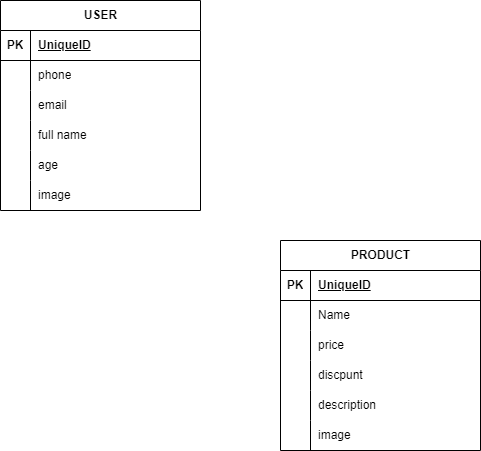
This is multishop.drawio.png from shirazidev/MultiShop, a draw.io export, as it was before one commit. Source tidied: cells renumbered, new cells last; positions are measured from the earlier drawing's top-left corner, leaving out a move shared by most shapes.
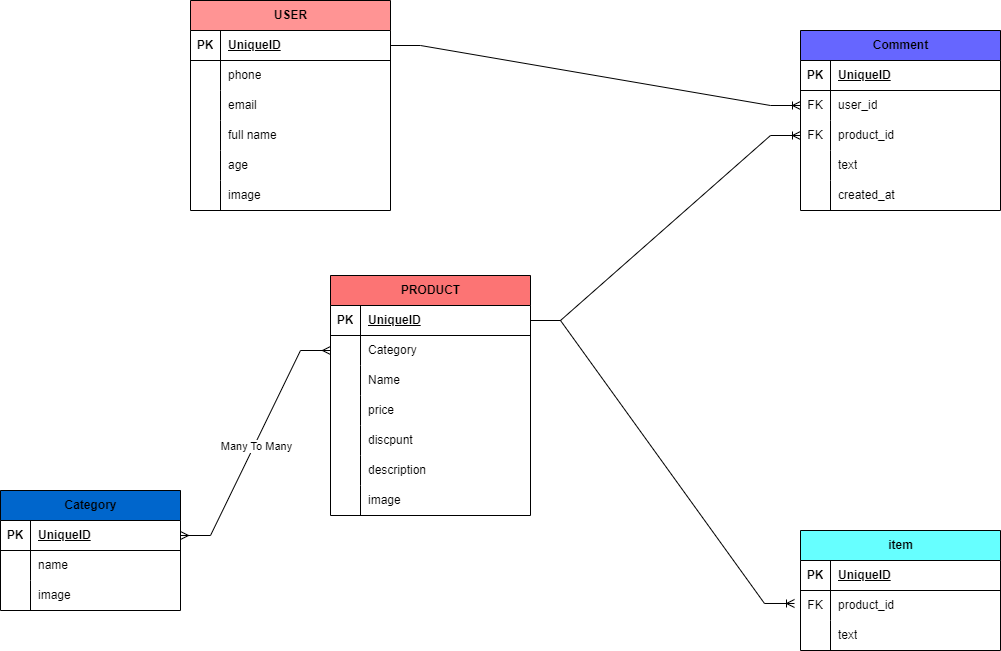
Above is the later version.

What changed in the source:
```diff
@@ -2,8 +2,8 @@
   <root>
     <mxCell id="0" />
     <mxCell id="1" parent="0" />
-    <mxCell id="2" value="USER" style="shape=table;startSize=30;rowLines=0;fontStyle=1;align=center;html=1;" parent="1" vertex="1">
-      <mxGeometry width="200" height="210" as="geometry" />
+    <mxCell id="2" value="USER" style="shape=table;startSize=30;rowLines=0;fontStyle=1;align=center;html=1;fillColor=#FF9494;" parent="1" vertex="1">
+      <mxGeometry x="90" y="-30" width="200" height="210" as="geometry" />
     </mxCell>
     <mxCell id="3" style="shape=tableRow;horizontal=0;startSize=0;swimlaneHead=0;swimlaneBody=0;fillColor=none;points=[[0,0.5],[1,0.5]];portConstraint=eastwest;top=0;left=0;right=0;bottom=1;" parent="2" vertex="1">
       <mxGeometry y="30" width="200" height="30" as="geometry" />
@@ -59,8 +59,125 @@
     <mxCell id="20" value="image" style="shape=partialRectangle;fillColor=none;top=0;left=0;bottom=0;right=0;align=left;spacingLeft=6;overflow=hidden;whiteSpace=wrap;html=1;" parent="18" vertex="1">
       <mxGeometry x="30" width="170" height="30" as="geometry" />
     </mxCell>
+    <mxCell id="40" value="item&lt;span style=&quot;white-space: pre;&quot;&gt;&#9;&lt;/span&gt;" style="shape=table;startSize=30;rowLines=0;fontStyle=1;align=center;html=1;fillColor=#66FFFF;" parent="1" vertex="1">
+      <mxGeometry x="700" y="500" width="200" height="120" as="geometry" />
+    </mxCell>
+    <mxCell id="41" style="shape=tableRow;horizontal=0;startSize=0;swimlaneHead=0;swimlaneBody=0;fillColor=none;top=0;left=0;right=0;bottom=1;" parent="40" vertex="1">
+      <mxGeometry y="30" width="200" height="30" as="geometry" />
+    </mxCell>
+    <mxCell id="42" value="PK" style="shape=partialRectangle;fillColor=none;top=0;left=0;bottom=0;right=0;fontStyle=1;overflow=hidden;whiteSpace=wrap;html=1;" parent="41" vertex="1">
+      <mxGeometry width="30" height="30" as="geometry" />
+    </mxCell>
+    <mxCell id="43" value="UniqueID" style="shape=partialRectangle;fillColor=none;top=0;left=0;bottom=0;right=0;align=left;spacingLeft=6;fontStyle=5;overflow=hidden;whiteSpace=wrap;html=1;" parent="41" vertex="1">
+      <mxGeometry x="30" width="170" height="30" as="geometry" />
+    </mxCell>
+    <mxCell id="44" style="shape=tableRow;horizontal=0;startSize=0;swimlaneHead=0;swimlaneBody=0;fillColor=none;points=[[0,0.5],[1,0.5]];portConstraint=eastwest;top=0;left=0;right=0;bottom=0;" parent="40" vertex="1">
+      <mxGeometry y="60" width="200" height="30" as="geometry" />
+    </mxCell>
+    <mxCell id="45" value="FK" style="shape=partialRectangle;fillColor=none;top=0;left=0;bottom=0;right=0;overflow=hidden;whiteSpace=wrap;html=1;" parent="44" vertex="1">
+      <mxGeometry width="30" height="30" as="geometry" />
+    </mxCell>
+    <mxCell id="46" value="product_id" style="shape=partialRectangle;fillColor=none;top=0;left=0;bottom=0;right=0;align=left;spacingLeft=6;overflow=hidden;whiteSpace=wrap;html=1;" parent="44" vertex="1">
+      <mxGeometry x="30" width="170" height="30" as="geometry" />
+    </mxCell>
+    <mxCell id="47" style="shape=tableRow;horizontal=0;startSize=0;swimlaneHead=0;swimlaneBody=0;fillColor=none;top=0;left=0;right=0;bottom=0;" parent="40" vertex="1">
+      <mxGeometry y="90" width="200" height="30" as="geometry" />
+    </mxCell>
+    <mxCell id="48" style="shape=partialRectangle;fillColor=none;top=0;left=0;bottom=0;right=0;overflow=hidden;whiteSpace=wrap;html=1;" parent="47" vertex="1">
+      <mxGeometry width="30" height="30" as="geometry" />
+    </mxCell>
+    <mxCell id="49" value="text" style="shape=partialRectangle;fillColor=none;top=0;left=0;bottom=0;right=0;align=left;spacingLeft=6;overflow=hidden;whiteSpace=wrap;html=1;" parent="47" vertex="1">
+      <mxGeometry x="30" width="170" height="30" as="geometry" />
+    </mxCell>
+    <mxCell id="50" style="edgeStyle=entityRelationEdgeStyle;fontSize=12;html=1;endArrow=ERoneToMany;rounded=0;entryX=-0.03;entryY=0.433;entryDx=0;entryDy=0;entryPerimeter=0;exitX=1;exitY=0.5;exitDx=0;exitDy=0;" parent="1" edge="1" source="22" target="44">
+      <mxGeometry relative="1" as="geometry" />
+    </mxCell>
+    <mxCell id="51" value="Comment" style="shape=table;startSize=30;rowLines=0;fontStyle=1;align=center;html=1;fillColor=#6666FF;" parent="1" vertex="1">
+      <mxGeometry x="700" width="200" height="180" as="geometry" />
+    </mxCell>
+    <mxCell id="52" style="shape=tableRow;horizontal=0;startSize=0;swimlaneHead=0;swimlaneBody=0;fillColor=none;top=0;left=0;right=0;bottom=1;" parent="51" vertex="1">
+      <mxGeometry y="30" width="200" height="30" as="geometry" />
+    </mxCell>
+    <mxCell id="53" value="PK" style="shape=partialRectangle;fillColor=none;top=0;left=0;bottom=0;right=0;fontStyle=1;overflow=hidden;whiteSpace=wrap;html=1;" parent="52" vertex="1">
+      <mxGeometry width="30" height="30" as="geometry" />
+    </mxCell>
+    <mxCell id="54" value="UniqueID" style="shape=partialRectangle;fillColor=none;top=0;left=0;bottom=0;right=0;align=left;spacingLeft=6;fontStyle=5;overflow=hidden;whiteSpace=wrap;html=1;" parent="52" vertex="1">
+      <mxGeometry x="30" width="170" height="30" as="geometry" />
+    </mxCell>
+    <mxCell id="55" style="shape=tableRow;horizontal=0;startSize=0;swimlaneHead=0;swimlaneBody=0;fillColor=none;points=[[0,0.5],[1,0.5]];portConstraint=eastwest;top=0;left=0;right=0;bottom=0;" parent="51" vertex="1">
+      <mxGeometry y="60" width="200" height="30" as="geometry" />
+    </mxCell>
+    <mxCell id="56" value="FK" style="shape=partialRectangle;fillColor=none;top=0;left=0;bottom=0;right=0;overflow=hidden;whiteSpace=wrap;html=1;" parent="55" vertex="1">
+      <mxGeometry width="30" height="30" as="geometry" />
+    </mxCell>
+    <mxCell id="57" value="user_id" style="shape=partialRectangle;fillColor=none;top=0;left=0;bottom=0;right=0;align=left;spacingLeft=6;overflow=hidden;whiteSpace=wrap;html=1;" parent="55" vertex="1">
+      <mxGeometry x="30" width="170" height="30" as="geometry" />
+    </mxCell>
+    <mxCell id="58" style="shape=tableRow;horizontal=0;startSize=0;swimlaneHead=0;swimlaneBody=0;fillColor=none;points=[[0,0.5],[1,0.5]];portConstraint=eastwest;top=0;left=0;right=0;bottom=0;" parent="51" vertex="1">
+      <mxGeometry y="90" width="200" height="30" as="geometry" />
+    </mxCell>
+    <mxCell id="59" value="FK" style="shape=partialRectangle;fillColor=none;top=0;left=0;bottom=0;right=0;overflow=hidden;whiteSpace=wrap;html=1;" parent="58" vertex="1">
+      <mxGeometry width="30" height="30" as="geometry" />
+    </mxCell>
+    <mxCell id="60" value="product_id" style="shape=partialRectangle;fillColor=none;top=0;left=0;bottom=0;right=0;align=left;spacingLeft=6;overflow=hidden;whiteSpace=wrap;html=1;" parent="58" vertex="1">
+      <mxGeometry x="30" width="170" height="30" as="geometry" />
+    </mxCell>
+    <mxCell id="61" style="shape=tableRow;horizontal=0;startSize=0;swimlaneHead=0;swimlaneBody=0;fillColor=none;top=0;left=0;right=0;bottom=0;" parent="51" vertex="1">
+      <mxGeometry y="120" width="200" height="30" as="geometry" />
+    </mxCell>
+    <mxCell id="62" style="shape=partialRectangle;fillColor=none;top=0;left=0;bottom=0;right=0;overflow=hidden;whiteSpace=wrap;html=1;" parent="61" vertex="1">
+      <mxGeometry width="30" height="30" as="geometry" />
+    </mxCell>
+    <mxCell id="63" value="text" style="shape=partialRectangle;fillColor=none;top=0;left=0;bottom=0;right=0;align=left;spacingLeft=6;overflow=hidden;whiteSpace=wrap;html=1;" parent="61" vertex="1">
+      <mxGeometry x="30" width="170" height="30" as="geometry" />
+    </mxCell>
+    <mxCell id="64" style="shape=tableRow;horizontal=0;startSize=0;swimlaneHead=0;swimlaneBody=0;fillColor=none;top=0;left=0;right=0;bottom=0;" parent="51" vertex="1">
+      <mxGeometry y="150" width="200" height="30" as="geometry" />
+    </mxCell>
+    <mxCell id="65" style="shape=partialRectangle;fillColor=none;top=0;left=0;bottom=0;right=0;overflow=hidden;whiteSpace=wrap;html=1;" parent="64" vertex="1">
+      <mxGeometry width="30" height="30" as="geometry" />
+    </mxCell>
+    <mxCell id="66" value="created_at" style="shape=partialRectangle;fillColor=none;top=0;left=0;bottom=0;right=0;align=left;spacingLeft=6;overflow=hidden;whiteSpace=wrap;html=1;" parent="64" vertex="1">
+      <mxGeometry x="30" width="170" height="30" as="geometry" />
+    </mxCell>
+    <mxCell id="67" style="edgeStyle=entityRelationEdgeStyle;fontSize=12;html=1;endArrow=ERoneToMany;rounded=0;exitX=1;exitY=0.5;exitDx=0;exitDy=0;entryX=0;entryY=0.5;entryDx=0;entryDy=0;" parent="1" edge="1" source="3" target="55">
+      <mxGeometry relative="1" as="geometry" />
+    </mxCell>
+    <mxCell id="68" style="edgeStyle=entityRelationEdgeStyle;fontSize=12;html=1;endArrow=ERoneToMany;rounded=0;entryX=0;entryY=0.5;entryDx=0;entryDy=0;exitX=1;exitY=0.5;exitDx=0;exitDy=0;" parent="1" edge="1" source="22" target="58">
+      <mxGeometry relative="1" as="geometry" />
+    </mxCell>
+    <mxCell id="69" value="Category" style="shape=table;startSize=30;rowLines=0;fontStyle=1;align=center;html=1;fillColor=#0066CC;" parent="1" vertex="1">
+      <mxGeometry x="-100" y="460" width="180" height="120" as="geometry" />
+    </mxCell>
+    <mxCell id="70" style="shape=tableRow;horizontal=0;startSize=0;swimlaneHead=0;swimlaneBody=0;fillColor=none;points=[[0,0.5],[1,0.5]];portConstraint=eastwest;top=0;left=0;right=0;bottom=1;" parent="69" vertex="1">
+      <mxGeometry y="30" width="180" height="30" as="geometry" />
+    </mxCell>
+    <mxCell id="71" value="PK" style="shape=partialRectangle;fillColor=none;top=0;left=0;bottom=0;right=0;fontStyle=1;overflow=hidden;whiteSpace=wrap;html=1;" parent="70" vertex="1">
+      <mxGeometry width="30" height="30" as="geometry" />
+    </mxCell>
+    <mxCell id="72" value="UniqueID" style="shape=partialRectangle;fillColor=none;top=0;left=0;bottom=0;right=0;align=left;spacingLeft=6;fontStyle=5;overflow=hidden;whiteSpace=wrap;html=1;" parent="70" vertex="1">
+      <mxGeometry x="30" width="150" height="30" as="geometry" />
+    </mxCell>
+    <mxCell id="73" style="shape=tableRow;horizontal=0;startSize=0;swimlaneHead=0;swimlaneBody=0;fillColor=none;top=0;left=0;right=0;bottom=0;" parent="69" vertex="1">
+      <mxGeometry y="60" width="180" height="30" as="geometry" />
+    </mxCell>
+    <mxCell id="74" style="shape=partialRectangle;fillColor=none;top=0;left=0;bottom=0;right=0;overflow=hidden;whiteSpace=wrap;html=1;" parent="73" vertex="1">
+      <mxGeometry width="30" height="30" as="geometry" />
+    </mxCell>
+    <mxCell id="75" value="name" style="shape=partialRectangle;fillColor=none;top=0;left=0;bottom=0;right=0;align=left;spacingLeft=6;overflow=hidden;whiteSpace=wrap;html=1;" parent="73" vertex="1">
+      <mxGeometry x="30" width="150" height="30" as="geometry" />
+    </mxCell>
+    <mxCell id="76" style="shape=tableRow;horizontal=0;startSize=0;swimlaneHead=0;swimlaneBody=0;fillColor=none;top=0;left=0;right=0;bottom=0;" parent="69" vertex="1">
+      <mxGeometry y="90" width="180" height="30" as="geometry" />
+    </mxCell>
+    <mxCell id="77" style="shape=partialRectangle;fillColor=none;top=0;left=0;bottom=0;right=0;overflow=hidden;whiteSpace=wrap;html=1;" parent="76" vertex="1">
+      <mxGeometry width="30" height="30" as="geometry" />
+    </mxCell>
+    <mxCell id="78" value="image" style="shape=partialRectangle;fillColor=none;top=0;left=0;bottom=0;right=0;align=left;spacingLeft=6;overflow=hidden;whiteSpace=wrap;html=1;" parent="76" vertex="1">
+      <mxGeometry x="30" width="150" height="30" as="geometry" />
+    </mxCell>
-    <mxCell id="21" value="PRODUCT" style="shape=table;startSize=30;rowLines=0;fontStyle=1;align=center;html=1;" parent="1" vertex="1">
-      <mxGeometry x="280" y="240" width="200" height="210" as="geometry" />
+    <mxCell id="21" value="PRODUCT" style="shape=table;startSize=30;rowLines=0;fontStyle=1;align=center;html=1;fillColor=#FC7474;" parent="1" vertex="1">
+      <mxGeometry x="230" y="245" width="200" height="240" as="geometry" />
     </mxCell>
     <mxCell id="22" style="shape=tableRow;horizontal=0;startSize=0;swimlaneHead=0;swimlaneBody=0;fillColor=none;points=[[0,0.5],[1,0.5]];portConstraint=eastwest;top=0;left=0;right=0;bottom=1;" parent="21" vertex="1">
       <mxGeometry y="30" width="200" height="30" as="geometry" />
@@ -71,8 +188,17 @@
     <mxCell id="24" value="UniqueID" style="shape=partialRectangle;fillColor=none;top=0;left=0;bottom=0;right=0;align=left;spacingLeft=6;fontStyle=5;overflow=hidden;whiteSpace=wrap;html=1;" parent="22" vertex="1">
       <mxGeometry x="30" width="170" height="30" as="geometry" />
     </mxCell>
+    <mxCell id="79" style="shape=tableRow;horizontal=0;startSize=0;swimlaneHead=0;swimlaneBody=0;fillColor=none;points=[[0,0.5],[1,0.5]];portConstraint=eastwest;top=0;left=0;right=0;bottom=0;" parent="21" vertex="1">
+      <mxGeometry y="60" width="200" height="30" as="geometry" />
+    </mxCell>
+    <mxCell id="80" style="shape=partialRectangle;fillColor=none;top=0;left=0;bottom=0;right=0;overflow=hidden;whiteSpace=wrap;html=1;" parent="79" vertex="1">
+      <mxGeometry width="30" height="30" as="geometry" />
+    </mxCell>
+    <mxCell id="81" value="Category" style="shape=partialRectangle;fillColor=none;top=0;left=0;bottom=0;right=0;align=left;spacingLeft=6;overflow=hidden;whiteSpace=wrap;html=1;" parent="79" vertex="1">
+      <mxGeometry x="30" width="170" height="30" as="geometry" />
+    </mxCell>
     <mxCell id="25" style="shape=tableRow;horizontal=0;startSize=0;swimlaneHead=0;swimlaneBody=0;fillColor=none;top=0;left=0;right=0;bottom=0;" parent="21" vertex="1">
-      <mxGeometry y="60" width="200" height="30" as="geometry" />
+      <mxGeometry y="90" width="200" height="30" as="geometry" />
     </mxCell>
     <mxCell id="26" style="shape=partialRectangle;fillColor=none;top=0;left=0;bottom=0;right=0;overflow=hidden;whiteSpace=wrap;html=1;" parent="25" vertex="1">
       <mxGeometry width="30" height="30" as="geometry" />
@@ -81,7 +207,7 @@
       <mxGeometry x="30" width="170" height="30" as="geometry" />
     </mxCell>
     <mxCell id="28" style="shape=tableRow;horizontal=0;startSize=0;swimlaneHead=0;swimlaneBody=0;fillColor=none;top=0;left=0;right=0;bottom=0;" parent="21" vertex="1">
-      <mxGeometry y="90" width="200" height="30" as="geometry" />
+      <mxGeometry y="120" width="200" height="30" as="geometry" />
     </mxCell>
     <mxCell id="29" style="shape=partialRectangle;fillColor=none;top=0;left=0;bottom=0;right=0;overflow=hidden;whiteSpace=wrap;html=1;" parent="28" vertex="1">
       <mxGeometry width="30" height="30" as="geometry" />
@@ -90,7 +216,7 @@
       <mxGeometry x="30" width="170" height="30" as="geometry" />
     </mxCell>
     <mxCell id="31" style="shape=tableRow;horizontal=0;startSize=0;swimlaneHead=0;swimlaneBody=0;fillColor=none;top=0;left=0;right=0;bottom=0;" parent="21" vertex="1">
-      <mxGeometry y="120" width="200" height="30" as="geometry" />
+      <mxGeometry y="150" width="200" height="30" as="geometry" />
     </mxCell>
     <mxCell id="32" style="shape=partialRectangle;fillColor=none;top=0;left=0;bottom=0;right=0;overflow=hidden;whiteSpace=wrap;html=1;" parent="31" vertex="1">
       <mxGeometry width="30" height="30" as="geometry" />
@@ -99,7 +225,7 @@
       <mxGeometry x="30" width="170" height="30" as="geometry" />
     </mxCell>
     <mxCell id="34" style="shape=tableRow;horizontal=0;startSize=0;swimlaneHead=0;swimlaneBody=0;fillColor=none;top=0;left=0;right=0;bottom=0;" parent="21" vertex="1">
-      <mxGeometry y="150" width="200" height="30" as="geometry" />
+      <mxGeometry y="180" width="200" height="30" as="geometry" />
     </mxCell>
     <mxCell id="35" style="shape=partialRectangle;fillColor=none;top=0;left=0;bottom=0;right=0;overflow=hidden;whiteSpace=wrap;html=1;" parent="34" vertex="1">
       <mxGeometry width="30" height="30" as="geometry" />
@@ -108,7 +234,7 @@
       <mxGeometry x="30" width="170" height="30" as="geometry" />
     </mxCell>
     <mxCell id="37" style="shape=tableRow;horizontal=0;startSize=0;swimlaneHead=0;swimlaneBody=0;fillColor=none;top=0;left=0;right=0;bottom=0;" parent="21" vertex="1">
-      <mxGeometry y="180" width="200" height="30" as="geometry" />
+      <mxGeometry y="210" width="200" height="30" as="geometry" />
     </mxCell>
     <mxCell id="38" style="shape=partialRectangle;fillColor=none;top=0;left=0;bottom=0;right=0;overflow=hidden;whiteSpace=wrap;html=1;" parent="37" vertex="1">
       <mxGeometry width="30" height="30" as="geometry" />
@@ -116,5 +242,11 @@
     <mxCell id="39" value="image" style="shape=partialRectangle;fillColor=none;top=0;left=0;bottom=0;right=0;align=left;spacingLeft=6;overflow=hidden;whiteSpace=wrap;html=1;" parent="37" vertex="1">
       <mxGeometry x="30" width="170" height="30" as="geometry" />
     </mxCell>
+    <mxCell id="82" style="edgeStyle=entityRelationEdgeStyle;fontSize=12;html=1;endArrow=ERmany;startArrow=ERmany;rounded=0;exitX=1;exitY=0.5;exitDx=0;exitDy=0;" parent="1" edge="1" source="70" target="79">
+      <mxGeometry relative="1" as="geometry" />
+    </mxCell>
+    <mxCell id="83" value="Many To Many" style="edgeLabel;html=1;align=center;verticalAlign=middle;" parent="82" vertex="1">
+      <mxGeometry x="-0.01" y="-2" relative="1" as="geometry" />
+    </mxCell>
   </root>
 </mxGraphModel>
```
